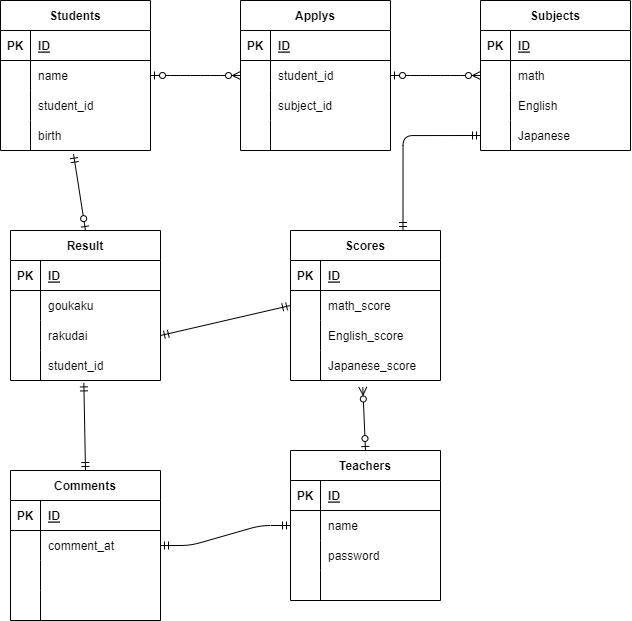
Before: index.drawio.png, a diagram exported from draw.io (takuma1156/kadai_databases). Source tidied: cells renumbered, new cells last; positions are measured from the earlier drawing's top-left corner, leaving out a move shared by most shapes.
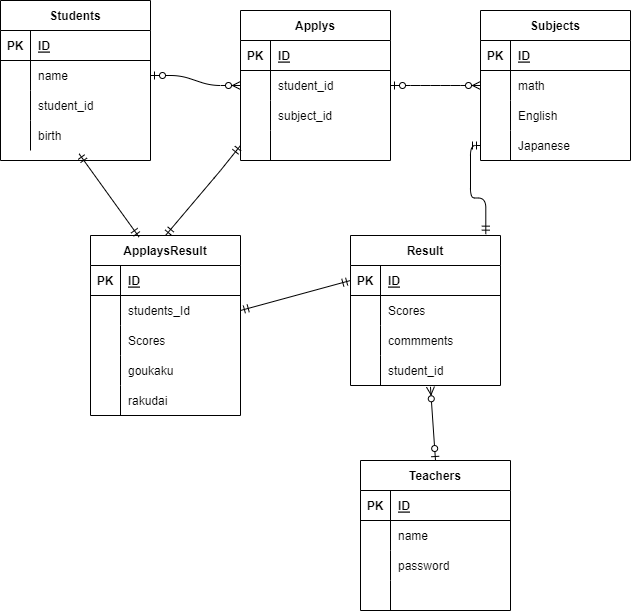
The same file after the commit.

The edit, as a diff of the source:
```diff
@@ -3,7 +3,7 @@
     <mxCell id="0" />
     <mxCell id="1" parent="0" />
     <mxCell id="2" value="Students" style="shape=table;startSize=30;rowLines=0;fontStyle=1;align=center;" parent="1" vertex="1">
-      <mxGeometry width="150" height="150" as="geometry" />
+      <mxGeometry y="-10" width="150" height="160" as="geometry" />
     </mxCell>
     <mxCell id="3" style="shape=partialRectangle;fillColor=none;top=0;left=0;bottom=1;right=0;" parent="2" vertex="1">
       <mxGeometry y="30" width="150" height="30" as="geometry" />
@@ -120,7 +120,7 @@
       <mxGeometry x="30" width="120" height="30" as="geometry" />
     </mxCell>
     <mxCell id="41" value="Teachers" style="shape=table;startSize=30;rowLines=0;fontStyle=1;align=center;" parent="1" vertex="1">
-      <mxGeometry x="290" y="450" width="150" height="150" as="geometry" />
+      <mxGeometry x="360" y="450" width="150" height="150" as="geometry" />
     </mxCell>
     <mxCell id="42" style="shape=partialRectangle;fillColor=none;top=0;left=0;bottom=1;right=0;" parent="41" vertex="1">
       <mxGeometry y="30" width="150" height="30" as="geometry" />
@@ -158,86 +158,8 @@
     <mxCell id="53" style="shape=partialRectangle;fillColor=none;top=0;left=0;bottom=0;right=0;align=left;spacingLeft=6;overflow=hidden;" parent="51" vertex="1">
       <mxGeometry x="30" width="120" height="30" as="geometry" />
     </mxCell>
-    <mxCell id="54" value="Comments" style="shape=table;startSize=30;rowLines=0;fontStyle=1;align=center;" parent="1" vertex="1">
-      <mxGeometry x="10" y="470" width="150" height="150" as="geometry" />
-    </mxCell>
-    <mxCell id="55" style="shape=partialRectangle;fillColor=none;top=0;left=0;bottom=1;right=0;" parent="54" vertex="1">
-      <mxGeometry y="30" width="150" height="30" as="geometry" />
-    </mxCell>
-    <mxCell id="56" value="PK" style="shape=partialRectangle;fillColor=none;top=0;left=0;bottom=0;right=0;fontStyle=1;overflow=hidden;" parent="55" vertex="1">
-      <mxGeometry width="30" height="30" as="geometry" />
-    </mxCell>
-    <mxCell id="57" value="ID" style="shape=partialRectangle;fillColor=none;top=0;left=0;bottom=0;right=0;align=left;spacingLeft=6;fontStyle=5;overflow=hidden;" parent="55" vertex="1">
-      <mxGeometry x="30" width="120" height="30" as="geometry" />
-    </mxCell>
-    <mxCell id="58" style="shape=partialRectangle;fillColor=none;top=0;left=0;bottom=0;right=0;points=[[0,0.5],[1,0.5]];portConstraint=eastwest;" parent="54" vertex="1">
-      <mxGeometry y="60" width="150" height="30" as="geometry" />
-    </mxCell>
-    <mxCell id="59" style="shape=partialRectangle;fillColor=none;top=0;left=0;bottom=0;right=0;overflow=hidden;" parent="58" vertex="1">
-      <mxGeometry width="30" height="30" as="geometry" />
-    </mxCell>
-    <mxCell id="60" value="comment_at" style="shape=partialRectangle;fillColor=none;top=0;left=0;bottom=0;right=0;align=left;spacingLeft=6;overflow=hidden;" parent="58" vertex="1">
-      <mxGeometry x="30" width="120" height="30" as="geometry" />
-    </mxCell>
-    <mxCell id="61" style="shape=partialRectangle;fillColor=none;top=0;left=0;bottom=0;right=0;" parent="54" vertex="1">
-      <mxGeometry y="90" width="150" height="30" as="geometry" />
-    </mxCell>
-    <mxCell id="62" style="shape=partialRectangle;fillColor=none;top=0;left=0;bottom=0;right=0;overflow=hidden;" parent="61" vertex="1">
-      <mxGeometry width="30" height="30" as="geometry" />
-    </mxCell>
-    <mxCell id="63" style="shape=partialRectangle;fillColor=none;top=0;left=0;bottom=0;right=0;align=left;spacingLeft=6;overflow=hidden;" parent="61" vertex="1">
-      <mxGeometry x="30" width="120" height="30" as="geometry" />
-    </mxCell>
-    <mxCell id="64" style="shape=partialRectangle;fillColor=none;top=0;left=0;bottom=0;right=0;" parent="54" vertex="1">
-      <mxGeometry y="120" width="150" height="30" as="geometry" />
-    </mxCell>
-    <mxCell id="65" style="shape=partialRectangle;fillColor=none;top=0;left=0;bottom=0;right=0;overflow=hidden;" parent="64" vertex="1">
-      <mxGeometry width="30" height="30" as="geometry" />
-    </mxCell>
-    <mxCell id="66" style="shape=partialRectangle;fillColor=none;top=0;left=0;bottom=0;right=0;align=left;spacingLeft=6;overflow=hidden;" parent="64" vertex="1">
-      <mxGeometry x="30" width="120" height="30" as="geometry" />
-    </mxCell>
-    <mxCell id="67" value="Scores" style="shape=table;startSize=30;rowLines=0;fontStyle=1;align=center;" parent="1" vertex="1">
-      <mxGeometry x="290" y="230" width="150" height="150" as="geometry" />
-    </mxCell>
-    <mxCell id="68" style="shape=partialRectangle;fillColor=none;top=0;left=0;bottom=1;right=0;" parent="67" vertex="1">
-      <mxGeometry y="30" width="150" height="30" as="geometry" />
-    </mxCell>
-    <mxCell id="69" value="PK" style="shape=partialRectangle;fillColor=none;top=0;left=0;bottom=0;right=0;fontStyle=1;overflow=hidden;" parent="68" vertex="1">
-      <mxGeometry width="30" height="30" as="geometry" />
-    </mxCell>
-    <mxCell id="70" value="ID" style="shape=partialRectangle;fillColor=none;top=0;left=0;bottom=0;right=0;align=left;spacingLeft=6;fontStyle=5;overflow=hidden;" parent="68" vertex="1">
-      <mxGeometry x="30" width="120" height="30" as="geometry" />
-    </mxCell>
-    <mxCell id="71" style="shape=partialRectangle;fillColor=none;top=0;left=0;bottom=0;right=0;points=[[0,0.5],[1,0.5]];portConstraint=eastwest;" parent="67" vertex="1">
-      <mxGeometry y="60" width="150" height="30" as="geometry" />
-    </mxCell>
-    <mxCell id="72" style="shape=partialRectangle;fillColor=none;top=0;left=0;bottom=0;right=0;overflow=hidden;" parent="71" vertex="1">
-      <mxGeometry width="30" height="30" as="geometry" />
-    </mxCell>
-    <mxCell id="73" value="math_score" style="shape=partialRectangle;fillColor=none;top=0;left=0;bottom=0;right=0;align=left;spacingLeft=6;overflow=hidden;" parent="71" vertex="1">
-      <mxGeometry x="30" width="120" height="30" as="geometry" />
-    </mxCell>
-    <mxCell id="74" style="shape=partialRectangle;fillColor=none;top=0;left=0;bottom=0;right=0;" parent="67" vertex="1">
-      <mxGeometry y="90" width="150" height="30" as="geometry" />
-    </mxCell>
-    <mxCell id="75" style="shape=partialRectangle;fillColor=none;top=0;left=0;bottom=0;right=0;overflow=hidden;" parent="74" vertex="1">
-      <mxGeometry width="30" height="30" as="geometry" />
-    </mxCell>
-    <mxCell id="76" value="English_score" style="shape=partialRectangle;fillColor=none;top=0;left=0;bottom=0;right=0;align=left;spacingLeft=6;overflow=hidden;" parent="74" vertex="1">
-      <mxGeometry x="30" width="120" height="30" as="geometry" />
-    </mxCell>
-    <mxCell id="77" style="shape=partialRectangle;fillColor=none;top=0;left=0;bottom=0;right=0;points=[[0,0.5],[1,0.5]];portConstraint=eastwest;" parent="67" vertex="1">
-      <mxGeometry y="120" width="150" height="30" as="geometry" />
-    </mxCell>
-    <mxCell id="78" style="shape=partialRectangle;fillColor=none;top=0;left=0;bottom=0;right=0;overflow=hidden;" parent="77" vertex="1">
-      <mxGeometry width="30" height="30" as="geometry" />
-    </mxCell>
-    <mxCell id="79" value="Japanese_score" style="shape=partialRectangle;fillColor=none;top=0;left=0;bottom=0;right=0;align=left;spacingLeft=6;overflow=hidden;" parent="77" vertex="1">
-      <mxGeometry x="30" width="120" height="30" as="geometry" />
-    </mxCell>
     <mxCell id="80" value="Result" style="shape=table;startSize=30;rowLines=0;fontStyle=1;align=center;" parent="1" vertex="1">
-      <mxGeometry x="10" y="230" width="150" height="150" as="geometry" />
+      <mxGeometry x="350" y="225" width="150" height="150" as="geometry" />
     </mxCell>
     <mxCell id="81" style="shape=partialRectangle;fillColor=none;top=0;left=0;bottom=1;right=0;points=[[0,0.5],[1,0.5]];portConstraint=eastwest;" parent="80" vertex="1">
       <mxGeometry y="30" width="150" height="30" as="geometry" />
@@ -254,7 +176,7 @@
     <mxCell id="85" style="shape=partialRectangle;fillColor=none;top=0;left=0;bottom=0;right=0;overflow=hidden;" parent="84" vertex="1">
       <mxGeometry width="30" height="30" as="geometry" />
     </mxCell>
-    <mxCell id="86" value="goukaku" style="shape=partialRectangle;fillColor=none;top=0;left=0;bottom=0;right=0;align=left;spacingLeft=6;overflow=hidden;" parent="84" vertex="1">
+    <mxCell id="86" value="Scores" style="shape=partialRectangle;fillColor=none;top=0;left=0;bottom=0;right=0;align=left;spacingLeft=6;overflow=hidden;" parent="84" vertex="1">
       <mxGeometry x="30" width="120" height="30" as="geometry" />
     </mxCell>
     <mxCell id="87" style="shape=partialRectangle;fillColor=none;top=0;left=0;bottom=0;right=0;points=[[0,0.5],[1,0.5]];portConstraint=eastwest;" parent="80" vertex="1">
@@ -263,7 +185,7 @@
     <mxCell id="88" style="shape=partialRectangle;fillColor=none;top=0;left=0;bottom=0;right=0;overflow=hidden;" parent="87" vertex="1">
       <mxGeometry width="30" height="30" as="geometry" />
     </mxCell>
-    <mxCell id="89" value="rakudai" style="shape=partialRectangle;fillColor=none;top=0;left=0;bottom=0;right=0;align=left;spacingLeft=6;overflow=hidden;" parent="87" vertex="1">
+    <mxCell id="89" value="commments" style="shape=partialRectangle;fillColor=none;top=0;left=0;bottom=0;right=0;align=left;spacingLeft=6;overflow=hidden;" parent="87" vertex="1">
       <mxGeometry x="30" width="120" height="30" as="geometry" />
     </mxCell>
     <mxCell id="90" style="shape=partialRectangle;fillColor=none;top=0;left=0;bottom=0;right=0;points=[[0,0.5],[1,0.5]];portConstraint=eastwest;" parent="80" vertex="1">
@@ -281,23 +203,72 @@
     <mxCell id="94" style="edgeStyle=entityRelationEdgeStyle;fontSize=12;html=1;endArrow=ERzeroToMany;startArrow=ERzeroToOne;entryX=0;entryY=0.5;entryDx=0;entryDy=0;exitX=1;exitY=0.5;exitDx=0;exitDy=0;" parent="1" edge="1" source="19" target="32">
       <mxGeometry relative="1" as="geometry" />
     </mxCell>
-    <mxCell id="95" style="edgeStyle=orthogonalEdgeStyle;fontSize=12;html=1;endArrow=ERmandOne;startArrow=ERmandOne;entryX=0;entryY=0.5;entryDx=0;entryDy=0;exitX=0.75;exitY=0;exitDx=0;exitDy=0;" parent="1" edge="1" source="67" target="38">
+    <mxCell id="95" style="edgeStyle=orthogonalEdgeStyle;fontSize=12;html=1;endArrow=ERmandOne;startArrow=ERmandOne;entryX=0;entryY=0.5;entryDx=0;entryDy=0;exitX=0.902;exitY=-0.009;exitDx=0;exitDy=0;exitPerimeter=0;" parent="1" edge="1" source="80" target="38">
       <mxGeometry relative="1" as="geometry" />
     </mxCell>
-    <mxCell id="96" style="edgeStyle=entityRelationEdgeStyle;fontSize=12;html=1;endArrow=ERmandOne;startArrow=ERmandOne;entryX=0;entryY=0.5;entryDx=0;entryDy=0;exitX=1;exitY=0.5;exitDx=0;exitDy=0;" parent="1" edge="1" source="58" target="45">
-      <mxGeometry relative="1" as="geometry" />
-    </mxCell>
-    <mxCell id="97" style="fontSize=12;html=1;endArrow=ERmandOne;startArrow=ERmandOne;exitX=0.5;exitY=0;exitDx=0;exitDy=0;entryX=0.489;entryY=1.08;entryDx=0;entryDy=0;entryPerimeter=0;" parent="1" edge="1" source="54" target="90">
-      <mxGeometry relative="1" as="geometry" />
-    </mxCell>
-    <mxCell id="98" style="fontSize=12;html=1;endArrow=ERzeroToMany;startArrow=ERzeroToOne;exitX=0.5;exitY=0;exitDx=0;exitDy=0;entryX=0.482;entryY=1.217;entryDx=0;entryDy=0;entryPerimeter=0;" parent="1" edge="1" source="41" target="77">
+    <mxCell id="98" style="fontSize=12;html=1;endArrow=ERzeroToMany;startArrow=ERzeroToOne;exitX=0.5;exitY=0;exitDx=0;exitDy=0;entryX=0.533;entryY=1.044;entryDx=0;entryDy=0;entryPerimeter=0;" parent="1" edge="1" source="41" target="90">
       <mxGeometry relative="1" as="geometry" />
     </mxCell>
-    <mxCell id="99" style="fontSize=12;html=1;endArrow=ERmandOne;startArrow=ERmandOne;exitX=1;exitY=0.5;exitDx=0;exitDy=0;entryX=0;entryY=0.5;entryDx=0;entryDy=0;" parent="1" edge="1" source="87" target="71">
-      <mxGeometry relative="1" as="geometry" />
-    </mxCell>
-    <mxCell id="100" style="fontSize=12;html=1;endArrow=ERzeroToOne;startArrow=ERmandOne;exitX=0.487;exitY=1.123;exitDx=0;exitDy=0;exitPerimeter=0;entryX=0.5;entryY=0;entryDx=0;entryDy=0;" parent="1" edge="1" source="12" target="80">
-      <mxGeometry relative="1" as="geometry" />
-    </mxCell>
+    <mxCell id="101" value="ApplaysResult" style="shape=table;startSize=30;rowLines=0;fontStyle=1;align=center;" parent="1" vertex="1">
+      <mxGeometry x="90" y="225" width="150" height="180" as="geometry" />
+    </mxCell>
+    <mxCell id="102" style="shape=partialRectangle;fillColor=none;top=0;left=0;bottom=1;right=0;" parent="101" vertex="1">
+      <mxGeometry y="30" width="150" height="30" as="geometry" />
+    </mxCell>
+    <mxCell id="103" value="PK" style="shape=partialRectangle;fillColor=none;top=0;left=0;bottom=0;right=0;fontStyle=1;overflow=hidden;" parent="102" vertex="1">
+      <mxGeometry width="30" height="30" as="geometry" />
+    </mxCell>
+    <mxCell id="104" value="ID" style="shape=partialRectangle;fillColor=none;top=0;left=0;bottom=0;right=0;align=left;spacingLeft=6;fontStyle=5;overflow=hidden;" parent="102" vertex="1">
+      <mxGeometry x="30" width="120" height="30" as="geometry" />
+    </mxCell>
+    <mxCell id="105" style="shape=partialRectangle;fillColor=none;top=0;left=0;bottom=0;right=0;points=[[0,0.5],[1,0.5]];portConstraint=eastwest;" parent="101" vertex="1">
+      <mxGeometry y="60" width="150" height="30" as="geometry" />
+    </mxCell>
+    <mxCell id="106" style="shape=partialRectangle;fillColor=none;top=0;left=0;bottom=0;right=0;overflow=hidden;" parent="105" vertex="1">
+      <mxGeometry width="30" height="30" as="geometry" />
+    </mxCell>
+    <mxCell id="107" value="students_Id" style="shape=partialRectangle;fillColor=none;top=0;left=0;bottom=0;right=0;align=left;spacingLeft=6;overflow=hidden;" parent="105" vertex="1">
+      <mxGeometry x="30" width="120" height="30" as="geometry" />
+    </mxCell>
+    <mxCell id="108" style="shape=partialRectangle;fillColor=none;top=0;left=0;bottom=0;right=0;" parent="101" vertex="1">
+      <mxGeometry y="90" width="150" height="30" as="geometry" />
+    </mxCell>
+    <mxCell id="109" style="shape=partialRectangle;fillColor=none;top=0;left=0;bottom=0;right=0;overflow=hidden;" parent="108" vertex="1">
+      <mxGeometry width="30" height="30" as="geometry" />
+    </mxCell>
+    <mxCell id="67" value="Scores" style="shape=partialRectangle;fillColor=none;top=0;left=0;bottom=0;right=0;align=left;spacingLeft=6;overflow=hidden;" parent="108" vertex="1">
+      <mxGeometry x="30" width="120" height="30" as="geometry" />
+    </mxCell>
+    <mxCell id="110" style="shape=partialRectangle;fillColor=none;top=0;left=0;bottom=0;right=0;" parent="101" vertex="1">
+      <mxGeometry y="120" width="150" height="30" as="geometry" />
+    </mxCell>
+    <mxCell id="111" style="shape=partialRectangle;fillColor=none;top=0;left=0;bottom=0;right=0;overflow=hidden;" parent="110" vertex="1">
+      <mxGeometry width="30" height="30" as="geometry" />
+    </mxCell>
+    <mxCell id="112" value="goukaku" style="shape=partialRectangle;fillColor=none;top=0;left=0;bottom=0;right=0;align=left;spacingLeft=6;overflow=hidden;" parent="110" vertex="1">
+      <mxGeometry x="30" width="120" height="30" as="geometry" />
+    </mxCell>
+    <mxCell id="113" style="shape=partialRectangle;fillColor=none;top=0;left=0;bottom=0;right=0;" parent="101" vertex="1">
+      <mxGeometry y="150" width="150" height="30" as="geometry" />
+    </mxCell>
+    <mxCell id="114" style="shape=partialRectangle;fillColor=none;top=0;left=0;bottom=0;right=0;overflow=hidden;" parent="113" vertex="1">
+      <mxGeometry width="30" height="30" as="geometry" />
+    </mxCell>
+    <mxCell id="115" value="rakudai" style="shape=partialRectangle;fillColor=none;top=0;left=0;bottom=0;right=0;align=left;spacingLeft=6;overflow=hidden;" parent="113" vertex="1">
+      <mxGeometry x="30" width="120" height="30" as="geometry" />
+    </mxCell>
+    <mxCell id="116" style="fontSize=12;html=1;endArrow=ERmandOne;startArrow=ERmandOne;entryX=0;entryY=0.5;entryDx=0;entryDy=0;exitX=0.5;exitY=0;exitDx=0;exitDy=0;" parent="1" edge="1" source="101" target="25">
+      <mxGeometry relative="1" as="geometry">
+        <Array as="points">
+          <mxPoint x="220" y="160" />
+        </Array>
+      </mxGeometry>
+    </mxCell>
+    <mxCell id="117" style="fontSize=12;html=1;endArrow=ERmandOne;startArrow=ERmandOne;entryX=0;entryY=0.5;entryDx=0;entryDy=0;exitX=1;exitY=0.5;exitDx=0;exitDy=0;" parent="1" edge="1" source="105" target="81">
+      <mxGeometry relative="1" as="geometry" />
+    </mxCell>
+    <mxCell id="118" style="fontSize=12;html=1;endArrow=ERmandOne;startArrow=ERmandOne;entryX=0.524;entryY=1.111;entryDx=0;entryDy=0;exitX=0.324;exitY=0.009;exitDx=0;exitDy=0;entryPerimeter=0;exitPerimeter=0;" parent="1" edge="1" source="101" target="12">
+      <mxGeometry relative="1" as="geometry" />
+    </mxCell>
   </root>
 </mxGraphModel>
```
